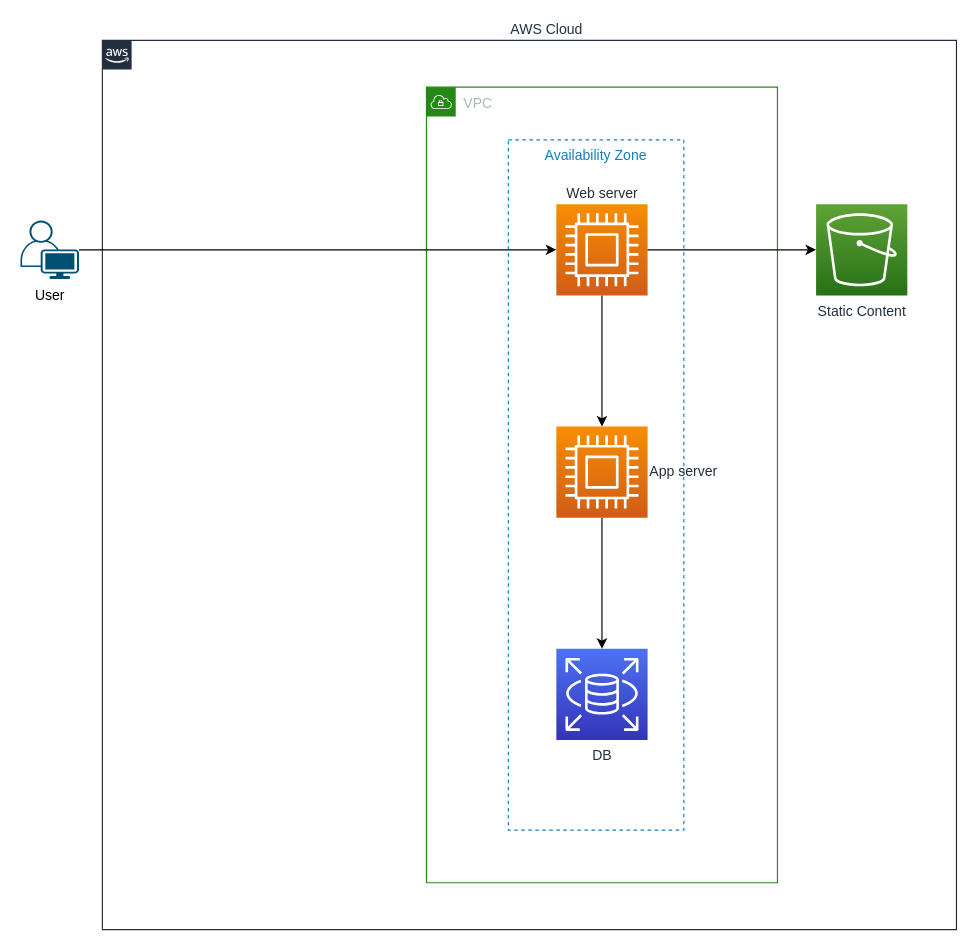
The draw.io diagram page "Initial" (1 of 2) of CoE-AWS_Architectural_Challenge.drawio in gmendozas/Various, before the edit. Source tidied: cells renumbered, new cells numbered last; positions are measured from the earlier drawing's top-left corner, leaving out a move shared by most shapes. Both pictures are drawn from the tidied source at 117%, with x=0, y=0 at pixel (20, 40).
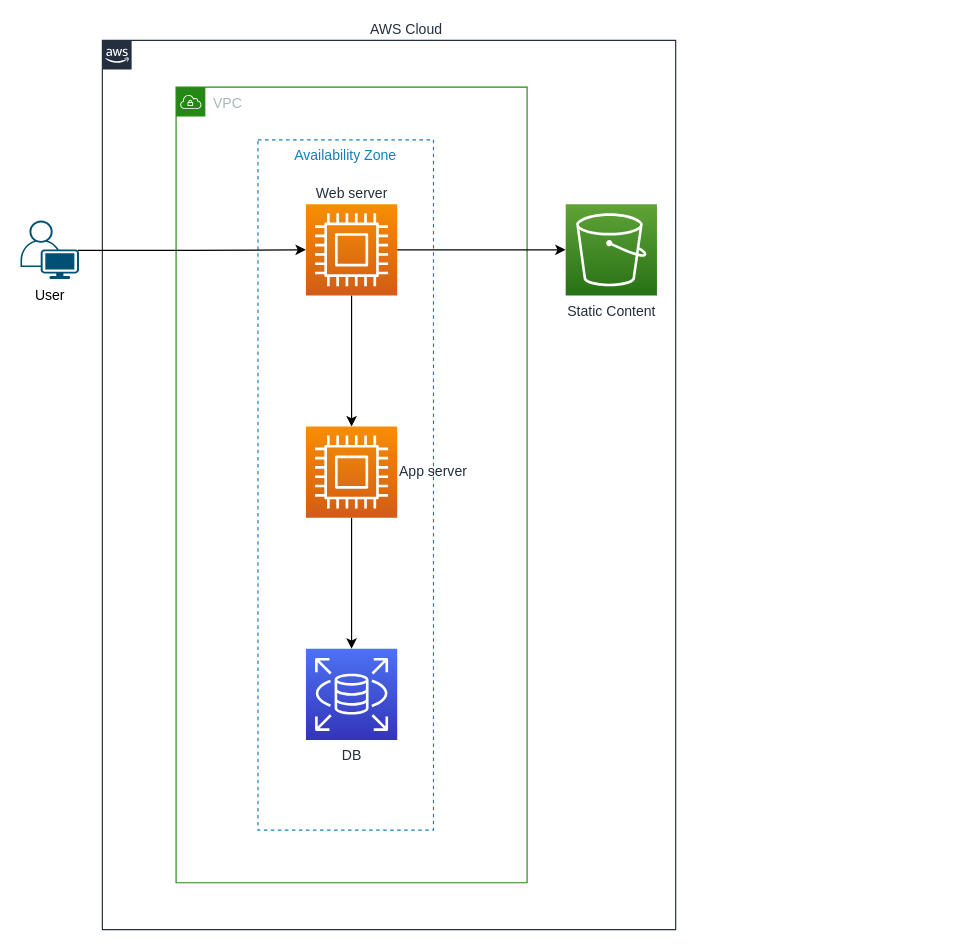
The same diagram, later.

Change to the diagram source:
```diff
@@
 <mxGraphModel>
   <root>
     <mxCell id="0" />
     <mxCell id="1" parent="0" />
     <mxCell id="2" value="AWS Cloud" style="gradientColor=none;html=1;whiteSpace=wrap;fontSize=12;fontStyle=0;shape=mxgraph.aws4.group;grIcon=mxgraph.aws4.group_aws_cloud_alt;strokeColor=#232F3E;fillColor=none;verticalAlign=bottom;align=center;spacingLeft=30;fontColor=#232F3E;dashed=0;labelPosition=center;verticalLabelPosition=top;" parent="1" vertex="1">
-      <mxGeometry x="70" width="730" height="760" as="geometry" />
+      <mxGeometry x="70" width="490" height="760" as="geometry" />
     </mxCell>
     <mxCell id="3" value="VPC" style="gradientColor=none;html=1;whiteSpace=wrap;fontSize=12;fontStyle=0;shape=mxgraph.aws4.group;grIcon=mxgraph.aws4.group_vpc;strokeColor=#248814;fillColor=none;verticalAlign=top;align=left;spacingLeft=30;fontColor=#AAB7B8;dashed=0;" parent="2" vertex="1">
-      <mxGeometry x="277" y="40" width="300" height="680" as="geometry" />
+      <mxGeometry x="63" y="40" width="300" height="680" as="geometry" />
     </mxCell>
     <mxCell id="4" value="Availability Zone" style="fillColor=none;strokeColor=#147EBA;dashed=1;verticalAlign=top;fontStyle=0;fontColor=#147EBA;whiteSpace=wrap;html=1;" parent="3" vertex="1">
       <mxGeometry x="70" y="45" width="150" height="590" as="geometry" />
     </mxCell>
     <mxCell id="5" style="edgeStyle=orthogonalEdgeStyle;rounded=0;jettySize=auto;html=1;" parent="3" edge="1" source="6" target="9">
       <mxGeometry relative="1" as="geometry" />
     </mxCell>
     <mxCell id="6" value="Web server" style="sketch=0;points=[[0,0,0],[0.25,0,0],[0.5,0,0],[0.75,0,0],[1,0,0],[0,1,0],[0.25,1,0],[0.5,1,0],[0.75,1,0],[1,1,0],[0,0.25,0],[0,0.5,0],[0,0.75,0],[1,0.25,0],[1,0.5,0],[1,0.75,0]];outlineConnect=0;fontColor=#232F3E;gradientColor=#F78E04;gradientDirection=north;fillColor=#D05C17;strokeColor=#ffffff;dashed=0;verticalLabelPosition=top;verticalAlign=bottom;align=center;html=1;fontSize=12;fontStyle=0;shape=mxgraph.aws4.resourceIcon;resIcon=mxgraph.aws4.compute;labelPosition=center;" parent="3" vertex="1">
       <mxGeometry x="111" y="100" width="78" height="78" as="geometry" />
     </mxCell>
     <mxCell id="7" value="DB" style="sketch=0;points=[[0,0,0],[0.25,0,0],[0.5,0,0],[0.75,0,0],[1,0,0],[0,1,0],[0.25,1,0],[0.5,1,0],[0.75,1,0],[1,1,0],[0,0.25,0],[0,0.5,0],[0,0.75,0],[1,0.25,0],[1,0.5,0],[1,0.75,0]];outlineConnect=0;fontColor=#232F3E;gradientColor=#4D72F3;gradientDirection=north;fillColor=#3334B9;strokeColor=#ffffff;dashed=0;verticalLabelPosition=bottom;verticalAlign=top;align=center;html=1;fontSize=12;fontStyle=0;shape=mxgraph.aws4.resourceIcon;resIcon=mxgraph.aws4.rds;" parent="3" vertex="1">
       <mxGeometry x="111" y="480" width="78" height="78" as="geometry" />
     </mxCell>
     <mxCell id="8" style="edgeStyle=orthogonalEdgeStyle;rounded=0;jettySize=auto;html=1;" parent="3" edge="1" source="9" target="7">
       <mxGeometry relative="1" as="geometry" />
     </mxCell>
     <mxCell id="9" value="App server" style="sketch=0;points=[[0,0,0],[0.25,0,0],[0.5,0,0],[0.75,0,0],[1,0,0],[0,1,0],[0.25,1,0],[0.5,1,0],[0.75,1,0],[1,1,0],[0,0.25,0],[0,0.5,0],[0,0.75,0],[1,0.25,0],[1,0.5,0],[1,0.75,0]];outlineConnect=0;fontColor=#232F3E;gradientColor=#F78E04;gradientDirection=north;fillColor=#D05C17;strokeColor=#ffffff;dashed=0;verticalLabelPosition=middle;verticalAlign=middle;align=left;html=1;fontSize=12;fontStyle=0;shape=mxgraph.aws4.resourceIcon;resIcon=mxgraph.aws4.compute;labelPosition=right;" parent="3" vertex="1">
       <mxGeometry x="111" y="290" width="78" height="78" as="geometry" />
     </mxCell>
     <mxCell id="10" value="Static Content" style="sketch=0;points=[[0,0,0],[0.25,0,0],[0.5,0,0],[0.75,0,0],[1,0,0],[0,1,0],[0.25,1,0],[0.5,1,0],[0.75,1,0],[1,1,0],[0,0.25,0],[0,0.5,0],[0,0.75,0],[1,0.25,0],[1,0.5,0],[1,0.75,0]];outlineConnect=0;fontColor=#232F3E;gradientColor=#60A337;gradientDirection=north;fillColor=#277116;strokeColor=#ffffff;dashed=0;verticalLabelPosition=bottom;verticalAlign=top;align=center;html=1;fontSize=12;fontStyle=0;shape=mxgraph.aws4.resourceIcon;resIcon=mxgraph.aws4.s3;" parent="2" vertex="1">
-      <mxGeometry x="610" y="140" width="78" height="78" as="geometry" />
+      <mxGeometry x="396" y="140" width="78" height="78" as="geometry" />
     </mxCell>
     <mxCell id="11" style="edgeStyle=orthogonalEdgeStyle;rounded=0;jettySize=auto;html=1;" parent="2" edge="1" source="6" target="10">
       <mxGeometry relative="1" as="geometry" />
     </mxCell>
-    <mxCell id="12" style="edgeStyle=orthogonalEdgeStyle;rounded=0;jettySize=auto;html=1;" parent="1" edge="1" source="13" target="6">
+    <mxCell id="12" style="edgeStyle=orthogonalEdgeStyle;rounded=0;jettySize=auto;html=1;exitX=0.98;exitY=0.51;exitDx=0;exitDy=0;exitPerimeter=0;" parent="1" edge="1" source="13" target="6">
       <mxGeometry relative="1" as="geometry" />
     </mxCell>
     <mxCell id="13" value="User" style="points=[[0.35,0,0],[0.98,0.51,0],[1,0.71,0],[0.67,1,0],[0,0.795,0],[0,0.65,0]];verticalLabelPosition=bottom;sketch=0;html=1;verticalAlign=top;align=center;shape=mxgraph.cisco19.user;fillColor=#005073;strokeColor=none;" parent="1" vertex="1">
       <mxGeometry y="154" width="50" height="50" as="geometry" />
     </mxCell>
   </root>
 </mxGraphModel>
```
